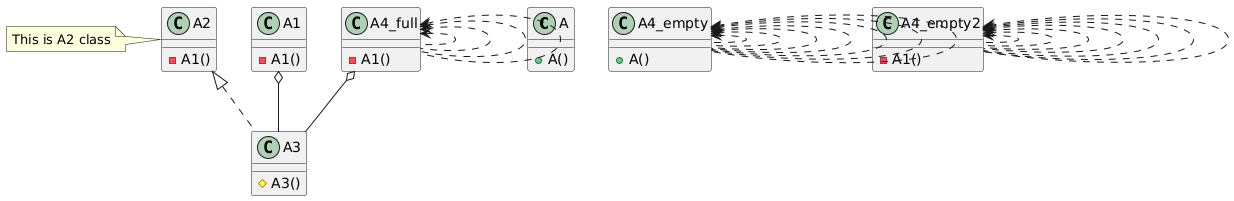
taraneh2abd/compiler-project keeps this PlantUML diagram as results/class_diagram_ver_2.png. Above is the earlier version.
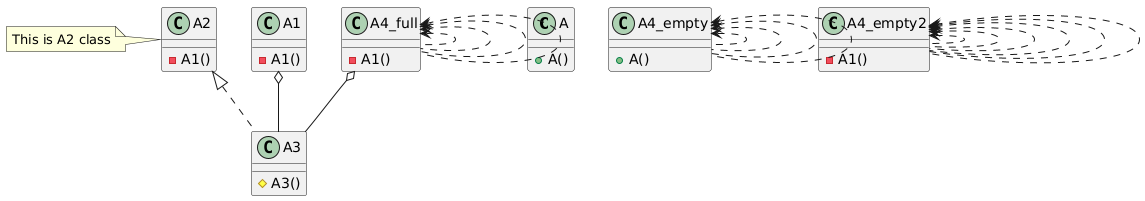
After the change.

Change to the diagram source:
```diff
@@ -27,12 +27,8 @@
 A4_empty <.. A4_empty
 A4_empty <.. A4_empty
 A4_empty <.. A4_empty
-A4_empty <.. A4_empty
-A4_empty <.. A4_empty
-A4_empty <.. A4_empty
 A1 o-- A3
 A2 <|.. A3
-A4_empty2 <.. A4_empty2
 A4_empty2 <.. A4_empty2
 A4_empty2 <.. A4_empty2
 A4_empty2 <.. A4_empty2
```
